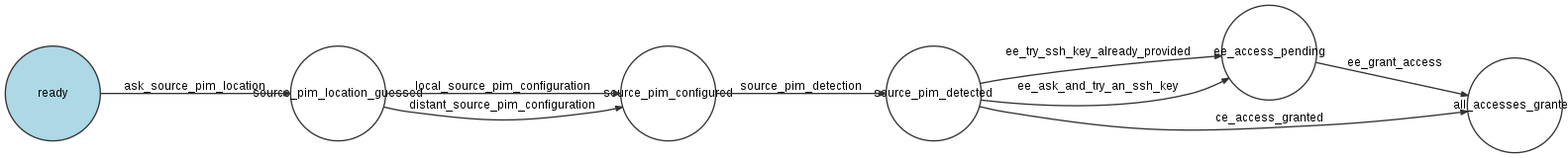
The Graphviz diagram stateMachineMigrationTool.png in akeneo/transporteo, before a commit. Its source is kept beside it as stateMachineMigrationTool.dot.
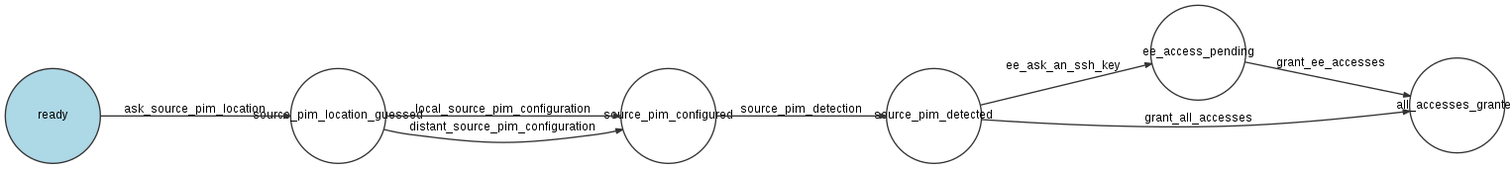
After the commit.

What changed in the source:
```diff
@@ -13,8 +13,7 @@
   place_source_pim_location_guessed -> place_source_pim_configured [label="local_source_pim_configuration" style="solid"];
   place_source_pim_location_guessed -> place_source_pim_configured [label="distant_source_pim_configuration" style="solid"];
   place_source_pim_configured -> place_source_pim_detected [label="source_pim_detection" style="solid"];
-  place_source_pim_detected -> place_all_accesses_granted [label="ce_access_granted" style="solid"];
-  place_source_pim_detected -> place_ee_access_pending [label="ee_try_ssh_key_already_provided" style="solid"];
-  place_source_pim_detected -> place_ee_access_pending [label="ee_ask_and_try_an_ssh_key" style="solid"];
-  place_ee_access_pending -> place_all_accesses_granted [label="ee_grant_access" style="solid"];
+  place_source_pim_detected -> place_all_accesses_granted [label="grant_all_accesses" style="solid"];
+  place_source_pim_detected -> place_ee_access_pending [label="ee_ask_an_ssh_key" style="solid"];
+  place_ee_access_pending -> place_all_accesses_granted [label="grant_ee_accesses" style="solid"];
 }
```
